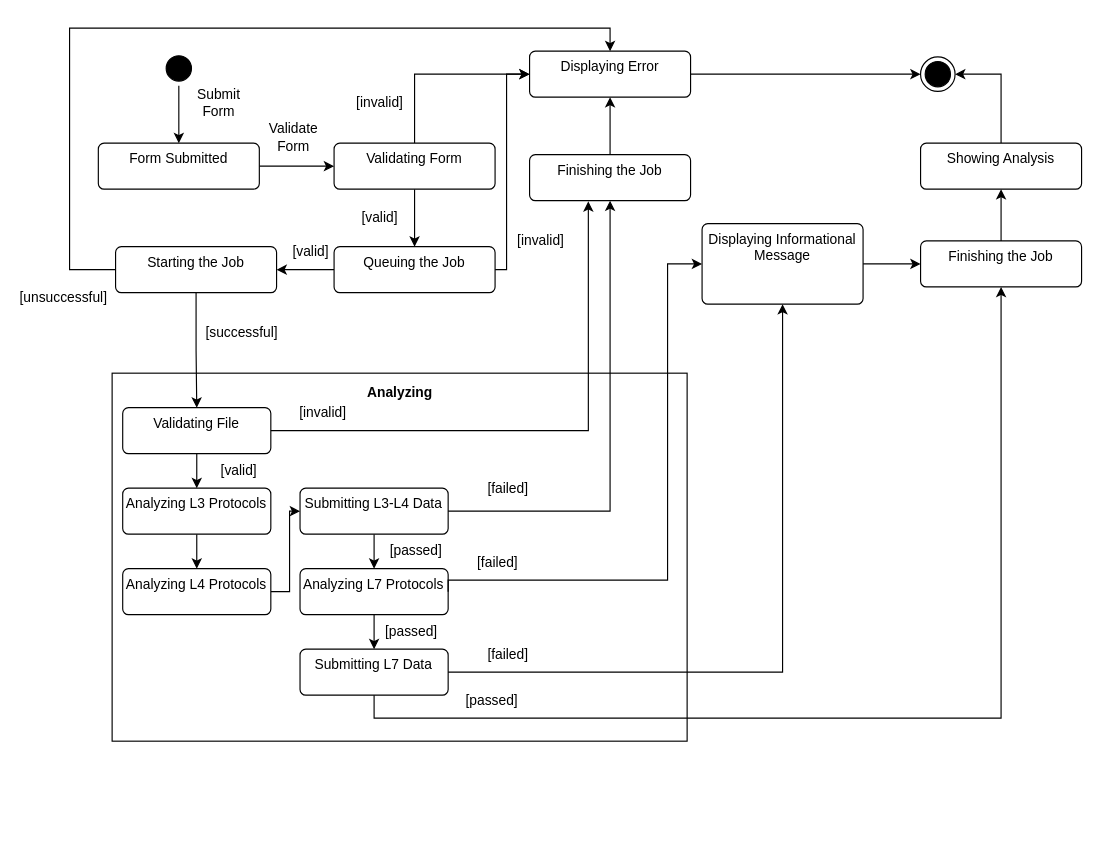
This is doc/WebShark_state_machine.drawio from Zabuelis/WebShark, a draw.io file, before an edit. Source tidied: cells renumbered, new cells numbered last; positions are measured from the earlier drawing's top-left corner, leaving out a move shared by most shapes. Both pictures are drawn from the tidied source at 115%, with x=0, y=0 at pixel (29, 28).
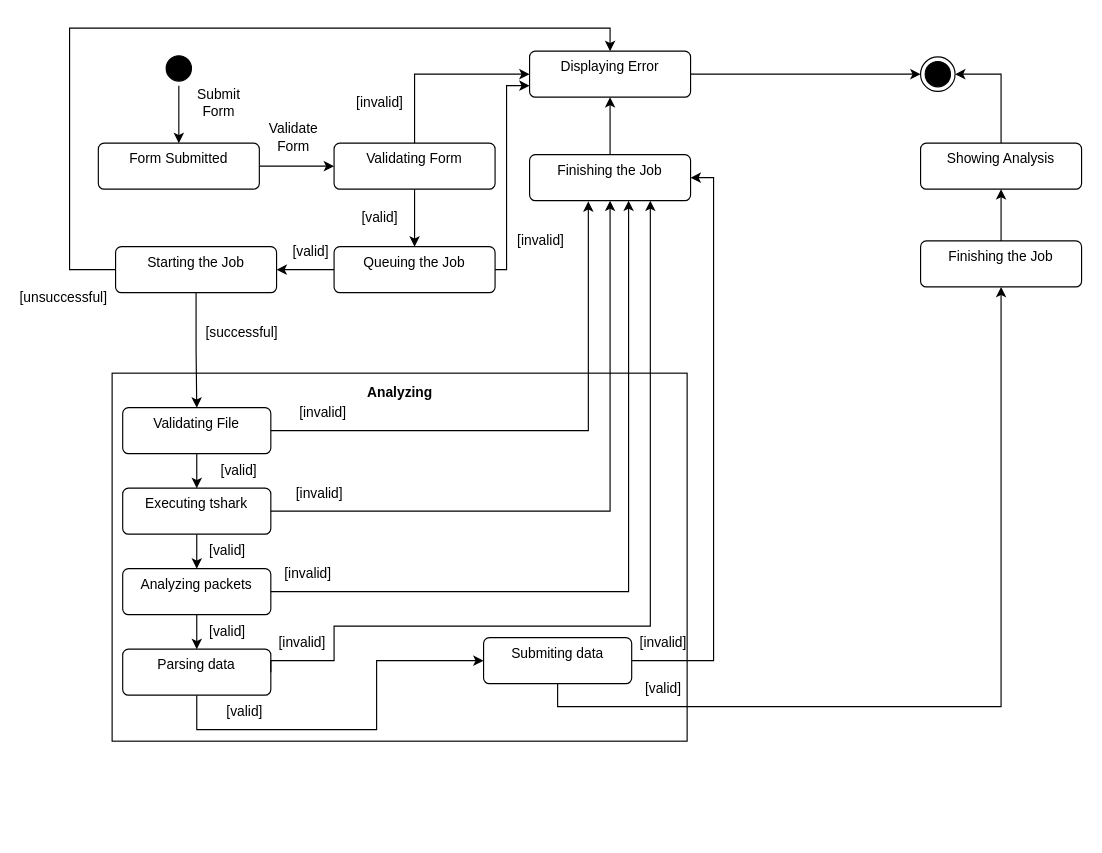
Above is the later version.

Commit message (it also covers changes not shown here):
Update FlowReassembling diagram and state machine diagram.

Unchanged cells that the change refers to:
```xml
<mxCell id="10" value="Displaying Error" style="html=1;align=center;verticalAlign=top;rounded=1;absoluteArcSize=1;arcSize=10;dashed=0;whiteSpace=wrap;" parent="1" vertex="1">
  <mxGeometry x="435" y="20" width="140" height="40" as="geometry" />
</mxCell>
<mxCell id="13" style="group;" parent="1" vertex="1">
  <mxGeometry x="72" y="300" width="690" height="400" as="geometry" />
</mxCell>
<mxCell id="51" value="Finishing the Job" style="html=1;align=center;verticalAlign=top;rounded=1;absoluteArcSize=1;arcSize=10;dashed=0;whiteSpace=wrap;" parent="1" vertex="1">
  <mxGeometry x="775" y="185" width="140" height="40" as="geometry" />
</mxCell>
<mxCell id="55" value="Finishing the Job" style="html=1;align=center;verticalAlign=top;rounded=1;absoluteArcSize=1;arcSize=10;dashed=0;whiteSpace=wrap;" parent="1" vertex="1">
  <mxGeometry x="435" y="110" width="140" height="40" as="geometry" />
</mxCell>
<mxCell id="58" value="Queuing the Job" style="html=1;align=center;verticalAlign=top;rounded=1;absoluteArcSize=1;arcSize=10;dashed=0;whiteSpace=wrap;" parent="1" vertex="1">
  <mxGeometry x="265" y="190" width="140" height="40" as="geometry" />
</mxCell>
```

Diff of the diagram source:
```diff
@@
-    <mxCell id="20" value="Analyzing L3 Protocols" style="html=1;align=center;verticalAlign=top;rounded=1;absoluteArcSize=1;arcSize=10;dashed=0;whiteSpace=wrap;" parent="13" vertex="1">
+    <mxCell id="20" value="Executing tshark" style="html=1;align=center;verticalAlign=top;rounded=1;absoluteArcSize=1;arcSize=10;dashed=0;whiteSpace=wrap;" parent="13" vertex="1">
       <mxGeometry x="9.2" y="100" width="128.8" height="40" as="geometry" />
     </mxCell>
@@
-    <mxCell id="22" style="edgeStyle=orthogonalEdgeStyle;rounded=0;jettySize=auto;html=1;exitX=1;exitY=0.5;exitDx=0;exitDy=0;entryX=0;entryY=0.5;entryDx=0;entryDy=0;" parent="13" edge="1" source="23" target="25">
-      <mxGeometry relative="1" as="geometry">
-        <Array as="points">
-          <mxPoint x="154.3" y="189.5" />
-          <mxPoint x="154.3" y="120" />
-        </Array>
-      </mxGeometry>
+    <mxCell id="22" style="edgeStyle=orthogonalEdgeStyle;rounded=0;jettySize=auto;html=1;exitX=0.5;exitY=1;exitDx=0;exitDy=0;entryX=0.5;entryY=0;entryDx=0;entryDy=0;" parent="13" edge="1" source="23" target="25">
+      <mxGeometry relative="1" as="geometry" />
     </mxCell>
-    <mxCell id="23" value="Analyzing L4 Protocols" style="html=1;align=center;verticalAlign=top;rounded=1;absoluteArcSize=1;arcSize=10;dashed=0;whiteSpace=wrap;" parent="13" vertex="1">
+    <mxCell id="23" value="Analyzing packets" style="html=1;align=center;verticalAlign=top;rounded=1;absoluteArcSize=1;arcSize=10;dashed=0;whiteSpace=wrap;" parent="13" vertex="1">
       <mxGeometry x="9.2" y="170" width="128.8" height="40" as="geometry" />
     </mxCell>
-    <mxCell id="24" style="edgeStyle=orthogonalEdgeStyle;rounded=0;jettySize=auto;html=1;exitX=0.5;exitY=1;exitDx=0;exitDy=0;entryX=0.5;entryY=0;entryDx=0;entryDy=0;" parent="13" edge="1" source="25" target="28">
-      <mxGeometry relative="1" as="geometry" />
-    </mxCell>
+    <mxCell id="61" style="edgeStyle=orthogonalEdgeStyle;rounded=0;jettySize=auto;html=1;exitX=0.5;exitY=1;exitDx=0;exitDy=0;entryX=0;entryY=0.5;entryDx=0;entryDy=0;" parent="13" edge="1" source="25" target="65">
+      <mxGeometry relative="1" as="geometry">
+        <Array as="points">
+          <mxPoint x="74" y="310" />
+          <mxPoint x="230" y="310" />
+          <mxPoint x="230" y="250" />
+        </Array>
+      </mxGeometry>
+    </mxCell>
-    <mxCell id="25" value="Submitting L3-L4 Data" style="html=1;align=center;verticalAlign=top;rounded=1;absoluteArcSize=1;arcSize=10;dashed=0;whiteSpace=wrap;" parent="13" vertex="1">
-      <mxGeometry x="163.4" y="100" width="128.8" height="40" as="geometry" />
+    <mxCell id="25" value="Parsing data" style="html=1;align=center;verticalAlign=top;rounded=1;absoluteArcSize=1;arcSize=10;dashed=0;whiteSpace=wrap;" parent="13" vertex="1">
+      <mxGeometry x="9.2" y="240" width="128.8" height="40" as="geometry" />
     </mxCell>
-    <mxCell id="26" value="[failed]" style="text;html=1;whiteSpace=wrap;strokeColor=none;fillColor=none;align=center;verticalAlign=middle;rounded=0;" parent="13" vertex="1">
-      <mxGeometry x="317.4" y="85.7" width="55.2" height="30" as="geometry" />
-    </mxCell>
-    <mxCell id="27" style="edgeStyle=orthogonalEdgeStyle;rounded=0;jettySize=auto;html=1;exitX=0.5;exitY=1;exitDx=0;exitDy=0;entryX=0.5;entryY=0;entryDx=0;entryDy=0;" parent="13" edge="1" source="28" target="31">
-      <mxGeometry relative="1" as="geometry" />
-    </mxCell>
-    <mxCell id="28" value="Analyzing L7 Protocols" style="html=1;align=center;verticalAlign=top;rounded=1;absoluteArcSize=1;arcSize=10;dashed=0;whiteSpace=wrap;" parent="13" vertex="1">
-      <mxGeometry x="163.4" y="170" width="128.8" height="40" as="geometry" />
-    </mxCell>
-    <mxCell id="29" value="[passed]" style="text;html=1;whiteSpace=wrap;strokeColor=none;fillColor=none;align=center;verticalAlign=middle;rounded=0;" parent="13" vertex="1">
-      <mxGeometry x="237" y="140" width="55.2" height="30" as="geometry" />
-    </mxCell>
-    <mxCell id="30" value="[failed]" style="text;html=1;whiteSpace=wrap;strokeColor=none;fillColor=none;align=center;verticalAlign=middle;rounded=0;" parent="13" vertex="1">
-      <mxGeometry x="308.2" y="150" width="55.2" height="30" as="geometry" />
-    </mxCell>
-    <mxCell id="31" value="Submitting L7 Data" style="html=1;align=center;verticalAlign=top;rounded=1;absoluteArcSize=1;arcSize=10;dashed=0;whiteSpace=wrap;" parent="13" vertex="1">
-      <mxGeometry x="163.4" y="240" width="128.8" height="40" as="geometry" />
-    </mxCell>
-    <mxCell id="32" value="[passed]" style="text;html=1;whiteSpace=wrap;strokeColor=none;fillColor=none;align=center;verticalAlign=middle;rounded=0;" parent="13" vertex="1">
-      <mxGeometry x="233" y="210" width="55.2" height="30" as="geometry" />
-    </mxCell>
-    <mxCell id="33" value="[failed]" style="text;html=1;whiteSpace=wrap;strokeColor=none;fillColor=none;align=center;verticalAlign=middle;rounded=0;" parent="13" vertex="1">
-      <mxGeometry x="317.4" y="230" width="55.2" height="30" as="geometry" />
-    </mxCell>
-    <mxCell id="34" value="[passed]" style="text;html=1;whiteSpace=wrap;strokeColor=none;fillColor=none;align=center;verticalAlign=middle;rounded=0;" parent="13" vertex="1">
-      <mxGeometry x="303" y="270" width="55.2" height="30" as="geometry" />
-    </mxCell>
+    <mxCell id="62" value="[invalid]" style="text;html=1;whiteSpace=wrap;strokeColor=none;fillColor=none;align=center;verticalAlign=middle;rounded=0;" parent="13" vertex="1">
+      <mxGeometry x="153" y="90" width="55.2" height="30" as="geometry" />
+    </mxCell>
+    <mxCell id="63" value="[valid]" style="text;html=1;whiteSpace=wrap;strokeColor=none;fillColor=none;align=center;verticalAlign=middle;rounded=0;" parent="13" vertex="1">
+      <mxGeometry x="73" y="140" width="55.2" height="30" as="geometry" />
+    </mxCell>
+    <mxCell id="64" value="[invalid]" style="text;html=1;whiteSpace=wrap;strokeColor=none;fillColor=none;align=center;verticalAlign=middle;rounded=0;" parent="13" vertex="1">
+      <mxGeometry x="143" y="160" width="55.2" height="30" as="geometry" />
+    </mxCell>
+    <mxCell id="65" value="Submiting data" style="html=1;align=center;verticalAlign=top;rounded=1;absoluteArcSize=1;arcSize=10;dashed=0;whiteSpace=wrap;" parent="13" vertex="1">
+      <mxGeometry x="323" y="230" width="128.8" height="40" as="geometry" />
+    </mxCell>
+    <mxCell id="66" value="[invalid]" style="text;html=1;whiteSpace=wrap;strokeColor=none;fillColor=none;align=center;verticalAlign=middle;rounded=0;" parent="13" vertex="1">
+      <mxGeometry x="138" y="220" width="55.2" height="30" as="geometry" />
+    </mxCell>
+    <mxCell id="67" value="[valid]" style="text;html=1;whiteSpace=wrap;strokeColor=none;fillColor=none;align=center;verticalAlign=middle;rounded=0;" parent="13" vertex="1">
+      <mxGeometry x="73" y="210" width="55.2" height="30" as="geometry" />
+    </mxCell>
+    <mxCell id="68" value="[valid]" style="text;html=1;whiteSpace=wrap;strokeColor=none;fillColor=none;align=center;verticalAlign=middle;rounded=0;" parent="13" vertex="1">
+      <mxGeometry x="87.8" y="280" width="55.2" height="30" as="geometry" />
+    </mxCell>
+    <mxCell id="69" value="[invalid]" style="text;html=1;whiteSpace=wrap;strokeColor=none;fillColor=none;align=center;verticalAlign=middle;rounded=0;" parent="13" vertex="1">
+      <mxGeometry x="451.8" y="220" width="55.2" height="30" as="geometry" />
+    </mxCell>
+    <mxCell id="70" value="[valid]" style="text;html=1;whiteSpace=wrap;strokeColor=none;fillColor=none;align=center;verticalAlign=middle;rounded=0;" parent="13" vertex="1">
+      <mxGeometry x="451.8" y="260" width="55.2" height="30" as="geometry" />
+    </mxCell>
@@
-    <mxCell id="45" style="edgeStyle=orthogonalEdgeStyle;rounded=0;jettySize=auto;html=1;exitX=1;exitY=0.5;exitDx=0;exitDy=0;entryX=0;entryY=0.5;entryDx=0;entryDy=0;" parent="1" edge="1" source="46" target="51">
-      <mxGeometry relative="1" as="geometry" />
-    </mxCell>
-    <mxCell id="46" value="Displaying Informational Message" style="html=1;align=center;verticalAlign=top;rounded=1;absoluteArcSize=1;arcSize=10;dashed=0;whiteSpace=wrap;" parent="1" vertex="1">
-      <mxGeometry x="585" y="170" width="140" height="70" as="geometry" />
-    </mxCell>
@@
-    <mxCell id="49" style="edgeStyle=orthogonalEdgeStyle;rounded=0;jettySize=auto;html=1;exitX=1;exitY=0.5;exitDx=0;exitDy=0;entryX=0;entryY=0.5;entryDx=0;entryDy=0;" parent="1" edge="1" source="28" target="46">
-      <mxGeometry relative="1" as="geometry">
-        <Array as="points">
-          <mxPoint x="555" y="480" />
-          <mxPoint x="555" y="205" />
-        </Array>
-      </mxGeometry>
-    </mxCell>
@@
-    <mxCell id="52" style="edgeStyle=orthogonalEdgeStyle;rounded=0;jettySize=auto;html=1;exitX=0.5;exitY=1;exitDx=0;exitDy=0;entryX=0.5;entryY=1;entryDx=0;entryDy=0;" parent="1" edge="1" source="31" target="51">
-      <mxGeometry relative="1" as="geometry" />
-    </mxCell>
-    <mxCell id="53" style="edgeStyle=orthogonalEdgeStyle;rounded=0;jettySize=auto;html=1;exitX=1;exitY=0.5;exitDx=0;exitDy=0;entryX=0.5;entryY=1;entryDx=0;entryDy=0;" parent="1" edge="1" source="31" target="46">
-      <mxGeometry relative="1" as="geometry" />
-    </mxCell>
-    <mxCell id="54" style="edgeStyle=orthogonalEdgeStyle;rounded=0;jettySize=auto;html=1;exitX=1;exitY=0.5;exitDx=0;exitDy=0;entryX=0.5;entryY=1;entryDx=0;entryDy=0;" parent="1" edge="1" source="25" target="55">
-      <mxGeometry relative="1" as="geometry" />
-    </mxCell>
@@
-    <mxCell id="57" style="edgeStyle=orthogonalEdgeStyle;rounded=0;jettySize=auto;html=1;exitX=1;exitY=0.5;exitDx=0;exitDy=0;entryX=0;entryY=0.5;entryDx=0;entryDy=0;" parent="1" edge="1" source="58" target="10">
+    <mxCell id="57" style="edgeStyle=orthogonalEdgeStyle;rounded=0;jettySize=auto;html=1;exitX=1;exitY=0.5;exitDx=0;exitDy=0;entryX=0;entryY=0.75;entryDx=0;entryDy=0;" parent="1" edge="1" source="58" target="10">
       <mxGeometry relative="1" as="geometry">
         <Array as="points">
           <mxPoint x="415" y="210" />
-          <mxPoint x="415" y="40" />
+          <mxPoint x="415" y="50" />
         </Array>
       </mxGeometry>
     </mxCell>
@@
+    <mxCell id="71" style="edgeStyle=orthogonalEdgeStyle;rounded=0;jettySize=auto;html=1;exitX=1;exitY=0.5;exitDx=0;exitDy=0;entryX=0.5;entryY=1;entryDx=0;entryDy=0;" parent="1" edge="1" source="20" target="55">
+      <mxGeometry relative="1" as="geometry" />
+    </mxCell>
+    <mxCell id="72" style="edgeStyle=orthogonalEdgeStyle;rounded=0;jettySize=auto;html=1;exitX=1;exitY=0.5;exitDx=0;exitDy=0;entryX=0.615;entryY=1.001;entryDx=0;entryDy=0;entryPerimeter=0;" parent="1" edge="1" source="23" target="55">
+      <mxGeometry relative="1" as="geometry" />
+    </mxCell>
+    <mxCell id="73" style="edgeStyle=orthogonalEdgeStyle;rounded=0;jettySize=auto;html=1;exitX=0.5;exitY=1;exitDx=0;exitDy=0;entryX=0.5;entryY=1;entryDx=0;entryDy=0;" parent="1" edge="1" source="65" target="51">
+      <mxGeometry relative="1" as="geometry" />
+    </mxCell>
+    <mxCell id="54" style="edgeStyle=orthogonalEdgeStyle;rounded=0;jettySize=auto;html=1;exitX=1;exitY=0.5;exitDx=0;exitDy=0;entryX=0.75;entryY=1;entryDx=0;entryDy=0;" parent="1" edge="1" source="25" target="55">
+      <mxGeometry relative="1" as="geometry">
+        <Array as="points">
+          <mxPoint x="265" y="550" />
+          <mxPoint x="265" y="520" />
+          <mxPoint x="540" y="520" />
+        </Array>
+      </mxGeometry>
+    </mxCell>
+    <mxCell id="74" style="edgeStyle=orthogonalEdgeStyle;rounded=0;jettySize=auto;html=1;exitX=1;exitY=0.5;exitDx=0;exitDy=0;entryX=1;entryY=0.5;entryDx=0;entryDy=0;" parent="1" edge="1" source="65" target="55">
+      <mxGeometry relative="1" as="geometry">
+        <Array as="points">
+          <mxPoint x="595" y="550" />
+          <mxPoint x="595" y="130" />
+        </Array>
+      </mxGeometry>
+    </mxCell>
```
